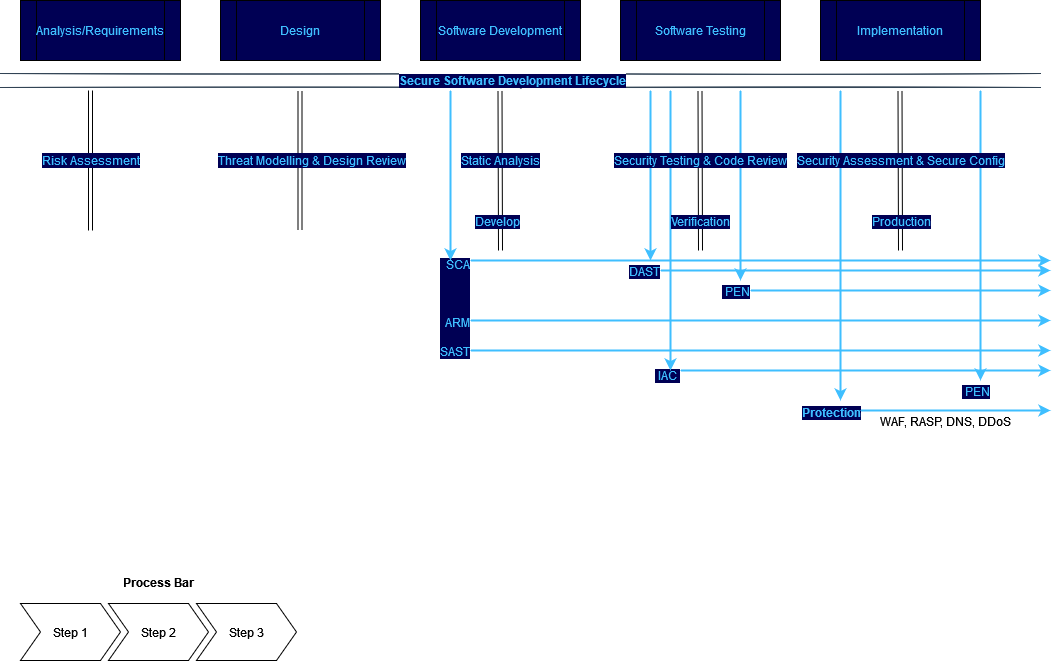
Lino-DC/SDLC keeps this draw.io diagram as SDLC Service Mapping.png. Above is the earlier version. Source tidied: cells renumbered, new cells last; positions are measured from the earlier drawing's top-left corner, leaving out a move shared by most shapes.
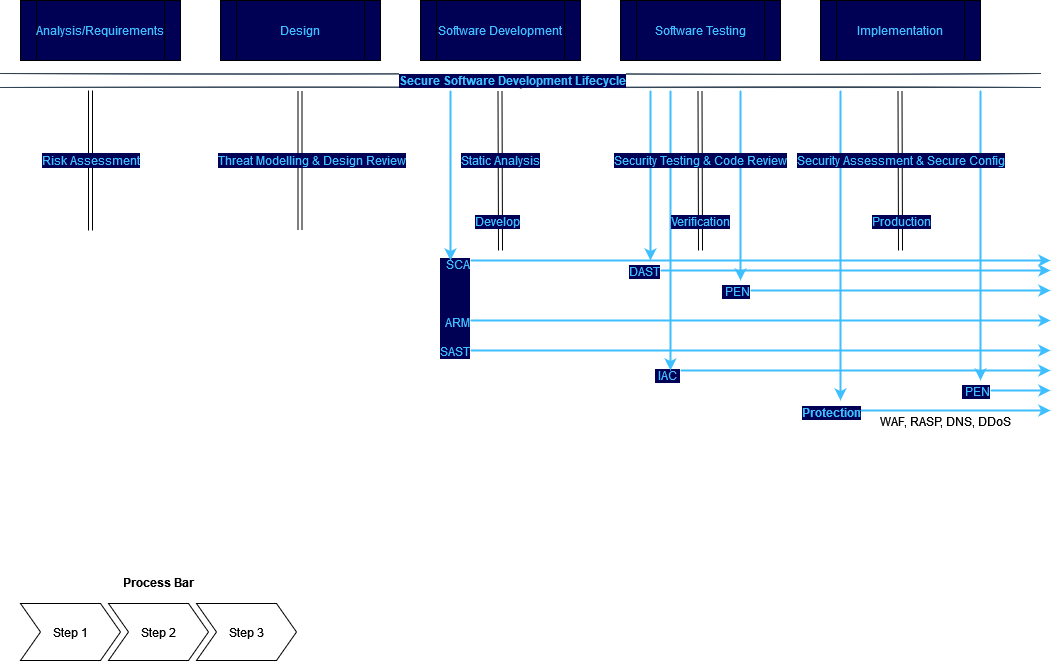
Later version of the same file.

Diff of the diagram source:
```diff
@@ -211,5 +211,11 @@
     <mxCell id="43" value="&lt;div&gt;&amp;nbsp;PEN &lt;br&gt;&lt;/div&gt;" style="edgeLabel;html=1;align=right;verticalAlign=bottom;labelBackgroundColor=#000054;fontSize=12;fontColor=#3FBFFF;fillColor=#000054;" parent="1" vertex="1">
       <mxGeometry x="990" y="400" as="geometry" />
     </mxCell>
+    <mxCell id="44" style="endArrow=classic;html=1;rounded=0;labelBackgroundColor=none;labelBorderColor=none;strokeColor=#3FBFFF;strokeWidth=2;" parent="1" edge="1">
+      <mxGeometry relative="1" as="geometry">
+        <mxPoint x="990" y="390" as="sourcePoint" />
+        <mxPoint x="1050" y="390" as="targetPoint" />
+      </mxGeometry>
+    </mxCell>
   </root>
 </mxGraphModel>
```
